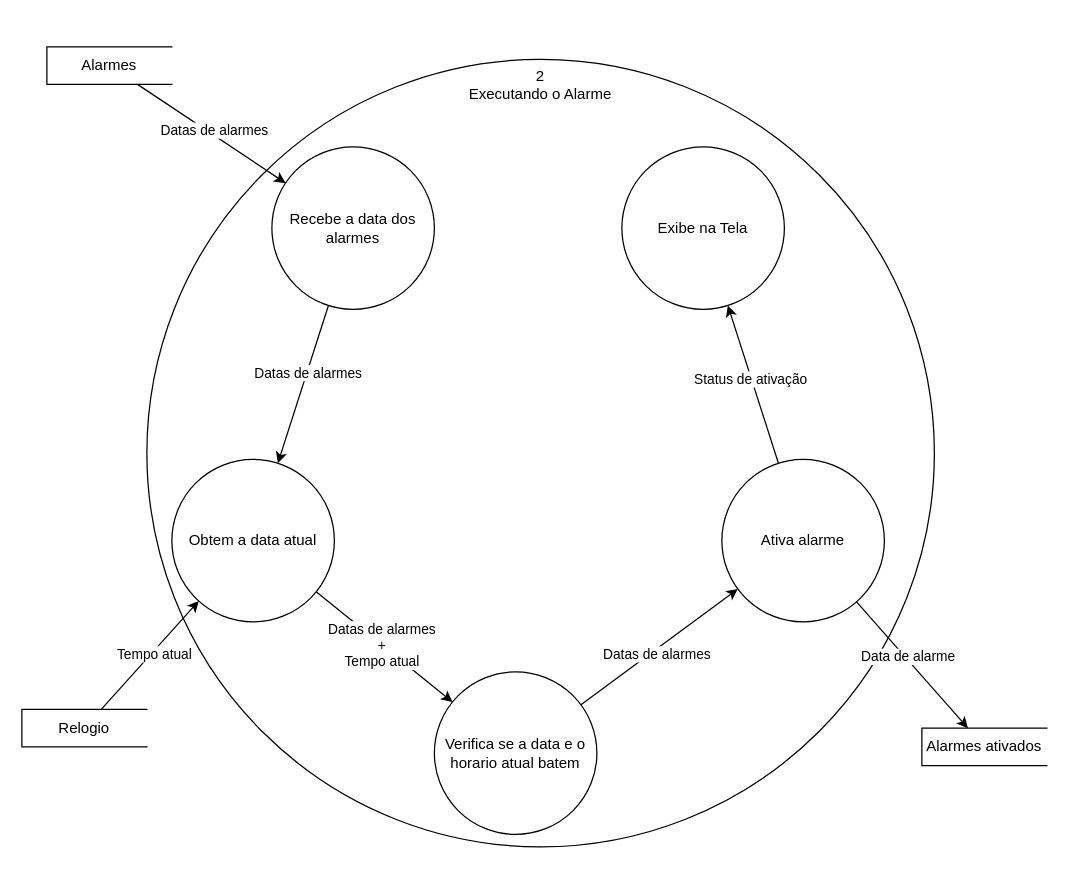
Before: page "Executando o alarme" (2 of 4) of documentacao/Diagramas/Diagrama Sistema.drawio in Nebul0Ok/SeuPaulo, a draw.io diagram. Source tidied: cells renumbered, new cells numbered last; positions are measured from the earlier drawing's top-left corner, leaving out a move shared by most shapes. Both pictures are drawn from the tidied source at 125%, with x=0, y=0 at pixel (21, 46).
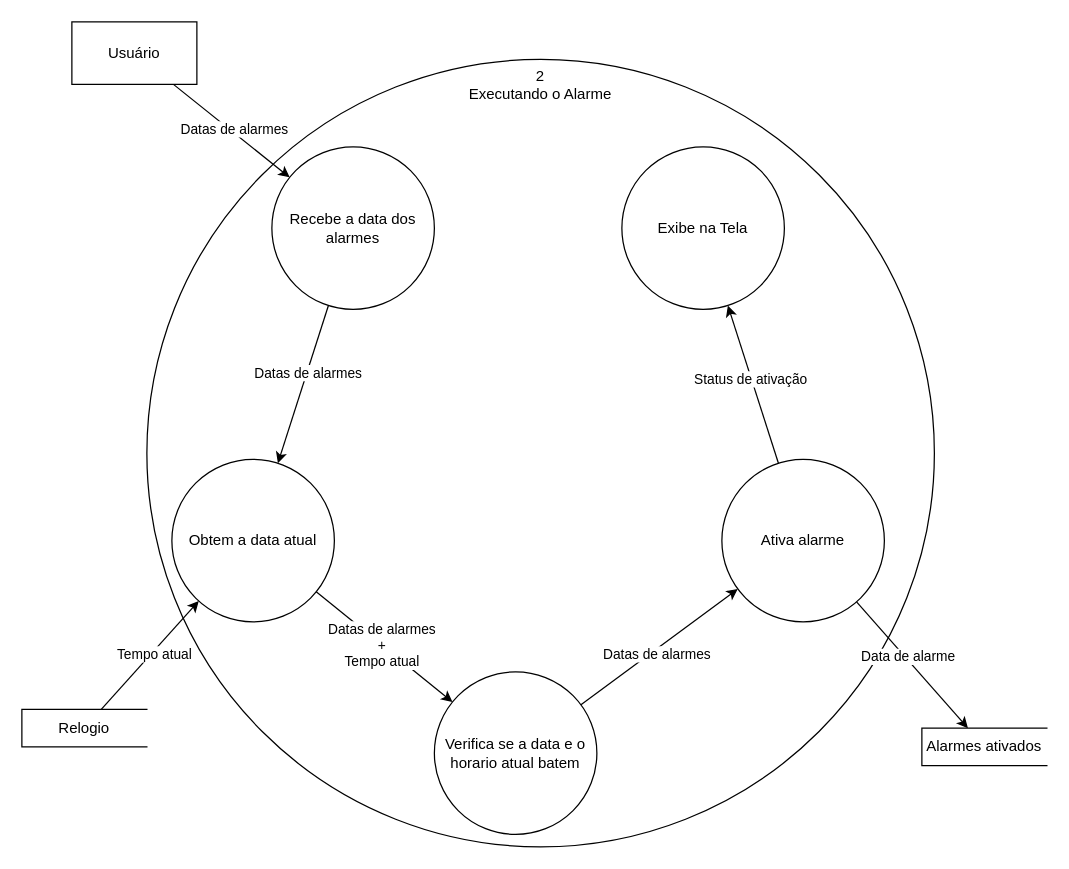
The same page after the edit.

Unchanged cells that the change refers to:
```xml
<mxCell id="5" value="&lt;div&gt;Recebe a data dos alarmes&lt;/div&gt;" style="shape=ellipse;html=1;dashed=0;whiteSpace=wrap;perimeter=ellipsePerimeter;" parent="1" vertex="1">
  <mxGeometry x="200" y="80" width="130" height="130" as="geometry" />
</mxCell>
```

The edit, as a diff of the source:
```diff
@@
-    <mxCell id="6" style="edgeStyle=none;rounded=0;jettySize=auto;html=1;" parent="1" edge="1" source="8" target="5">
+    <mxCell id="6" style="edgeStyle=none;rounded=0;jettySize=auto;html=1;" parent="1" edge="1" source="25" target="5">
       <mxGeometry relative="1" as="geometry" />
     </mxCell>
@@
-    <mxCell id="8" value="Alarmes" style="html=1;dashed=0;whiteSpace=wrap;shape=partialRectangle;right=0;" parent="1" vertex="1">
-      <mxGeometry x="20" width="100" height="30" as="geometry" />
-    </mxCell>
@@
+    <mxCell id="25" value="Usuário" style="html=1;dashed=0;whiteSpace=wrap;" parent="1" vertex="1">
+      <mxGeometry x="40" y="-20" width="100" height="50" as="geometry" />
+    </mxCell>
```
